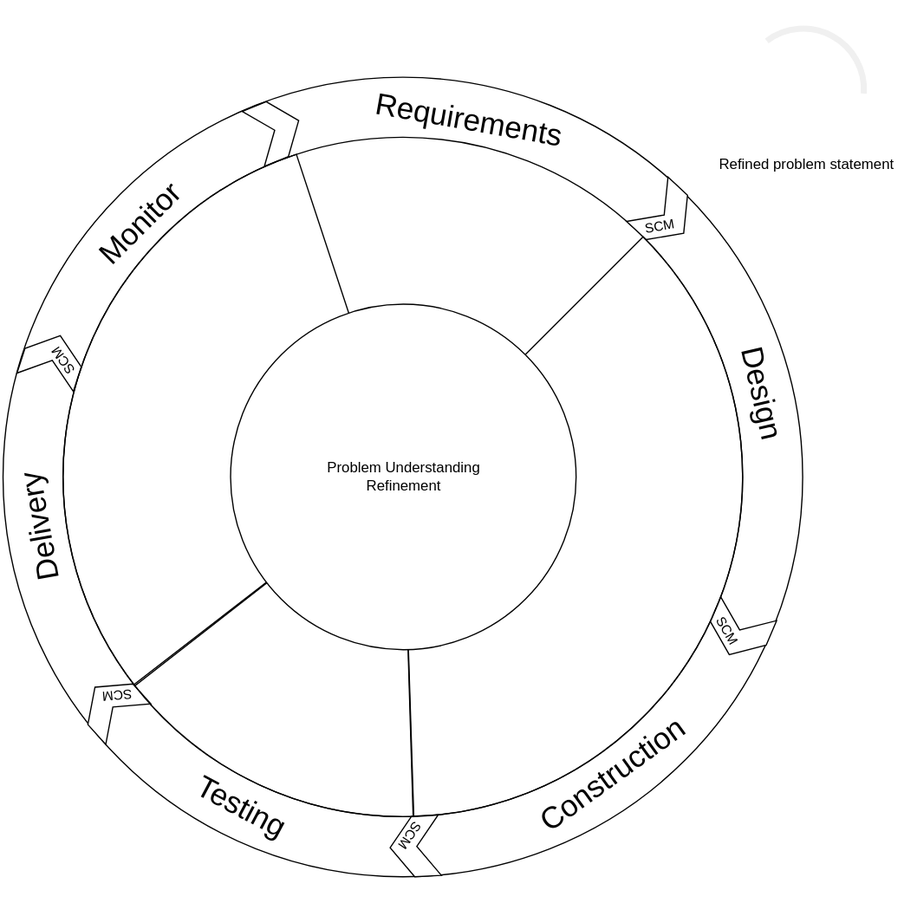
The draw.io diagram post-media/SWEBOK/problem-refinement-cycle.drawio.svg in farlee2121/DevEssentialsBlog, before a commit. Source tidied: cells renumbered, new cells last; positions are measured from the earlier drawing's top-left corner, leaving out a move shared by most shapes.
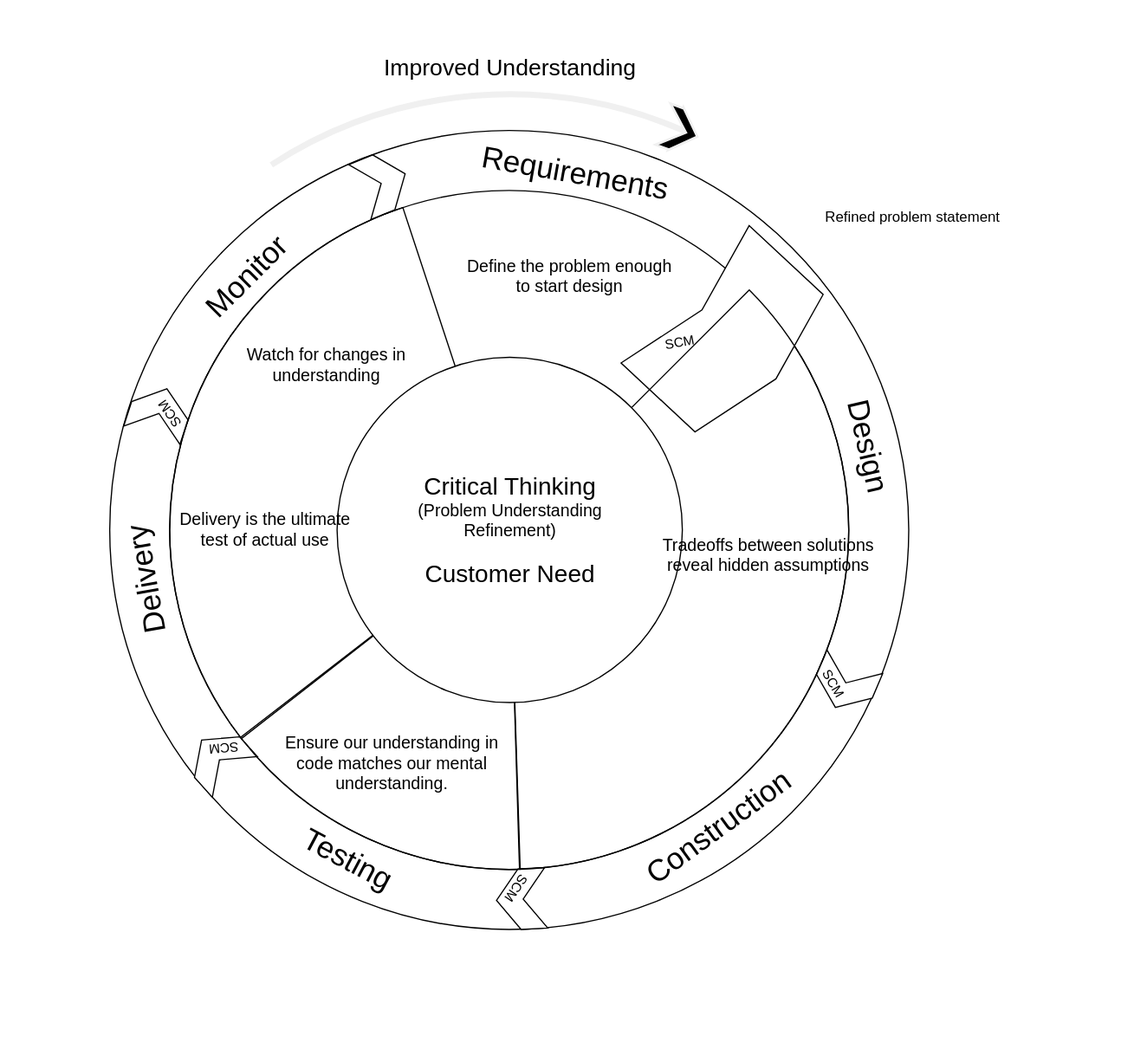
Later version of the same file.

Commit message:
Refine lifecycle of problem understanding diagram

What changed in the source:
```diff
@@ -2,6 +2,18 @@
   <root>
     <mxCell id="0" />
     <mxCell id="1" parent="0" />
+    <mxCell id="36" style="group;rotation=10;" parent="1" vertex="1">
+      <mxGeometry x="-4.5" y="-0.8" width="827.5" height="730.8" as="geometry" />
+    </mxCell>
+    <mxCell id="31" style="verticalLabelPosition=bottom;verticalAlign=top;html=1;shape=mxgraph.basic.arc;startAngle=0.3804859278080055;endAngle=0.5378527634996988;strokeColor=#f0f0f0;strokeWidth=5;sketch=0;gradientColor=#FFFFFF;gradientDirection=west;rotation=-170;fillColor=none;" parent="36" vertex="1">
+      <mxGeometry y="11" width="720" height="720" as="geometry" />
+    </mxCell>
+    <mxCell id="37" style="html=1;shadow=0;dashed=0;align=center;verticalAlign=middle;shape=mxgraph.arrows2.arrow;dy=0.04;dx=19;notch=20;sketch=0;strokeColor=#f0f0f0;strokeWidth=2;rotation=20;fillColor=#000000;" parent="36" vertex="1">
+      <mxGeometry x="486" y="22" width="30" height="37.5" as="geometry" />
+    </mxCell>
+    <mxCell id="38" value="Text" style="text;html=1;align=center;verticalAlign=middle;strokeColor=none;" parent="36" vertex="1">
+      <mxGeometry x="542.5" y="310.8" width="40" height="20" as="geometry" />
+    </mxCell>
     <mxCell id="2" style="ellipse;whiteSpace=wrap;html=1;" parent="1" vertex="1">
       <mxGeometry x="26" y="40" width="659" height="659" as="geometry" />
     </mxCell>
@@ -30,13 +42,13 @@
       <mxGeometry x="357.9" y="365.9" width="20" height="30" as="geometry" />
     </mxCell>
     <mxCell id="11" style="group;" parent="1" vertex="1">
-      <mxGeometry x="539.9" y="122.3" width="64.1" height="64.5" as="geometry" />
+      <mxGeometry x="458" y="110" width="160" height="200" as="geometry" />
     </mxCell>
     <mxCell id="12" style="html=1;shadow=0;dashed=0;align=center;verticalAlign=middle;shape=mxgraph.arrows2.arrow;dy=0;dx=19;notch=19;fontSize=10;rotation=43;strokeColor=#000000;" parent="11" vertex="1">
-      <mxGeometry x="11.5" y="7.3" width="41" height="50" as="geometry" />
+      <mxGeometry x="28.8" y="22.5" width="102.4" height="155" as="geometry" />
     </mxCell>
     <mxCell id="13" value="&lt;font style=&quot;font-size: 11px&quot;&gt;SCM&lt;/font&gt;" style="text;html=1;align=center;verticalAlign=middle;strokeColor=none;fontSize=10;rotation=-10;" parent="11" vertex="1">
-      <mxGeometry x="7.1" y="30.7" width="40" height="20" as="geometry" />
+      <mxGeometry x="17.7" y="95.1" width="40" height="20" as="geometry" />
     </mxCell>
     <mxCell id="14" style="group;rotation=70;" parent="1" vertex="1">
       <mxGeometry x="600" y="465" width="64.1" height="64.5" as="geometry" />
@@ -89,20 +101,35 @@
     <mxCell id="30" style="verticalLabelPosition=bottom;verticalAlign=top;html=1;shape=mxgraph.basic.pie;startAngle=0.49517859836408784;endAngle=0.6446487157637816;fillColor=none;" parent="1" vertex="1">
       <mxGeometry x="75.5" y="89.5" width="560" height="560" as="geometry" />
     </mxCell>
-    <mxCell id="31" style="verticalLabelPosition=bottom;verticalAlign=top;html=1;shape=mxgraph.basic.arc;startAngle=0.3;endAngle=0.6639895651886847;strokeColor=#f0f0f0;strokeWidth=5;sketch=0;fillColor=#CC0000;gradientColor=#FFFFFF;gradientDirection=west;rotation=-145;" parent="1" vertex="1">
-      <mxGeometry x="635.5" width="100" height="100" as="geometry" />
-    </mxCell>
     <mxCell id="32" style="group;" parent="1" vertex="1">
       <mxGeometry x="202.4" y="227.1" width="306.3" height="284.8" as="geometry" />
     </mxCell>
     <mxCell id="33" value="&lt;font style=&quot;font-size: 29px&quot;&gt;&lt;br&gt;&lt;/font&gt;" style="text;html=1;align=center;verticalAlign=middle;strokeColor=none;" parent="32" vertex="1">
       <mxGeometry x="137.1" y="109" width="20" height="30" as="geometry" />
     </mxCell>
-    <mxCell id="34" value="Problem Understanding&lt;br&gt;Refinement" style="ellipse;whiteSpace=wrap;html=1;" parent="32" vertex="1">
+    <mxCell id="34" value="&lt;font style=&quot;font-size: 20px&quot;&gt;Critical Thinking&amp;nbsp;&lt;/font&gt;&lt;br&gt;&lt;font style=&quot;font-size: 14px&quot;&gt;(Problem Understanding&lt;br&gt;Refinement)&lt;br&gt;&lt;/font&gt;&lt;br&gt;&lt;font style=&quot;font-size: 20px&quot;&gt;Customer Need&lt;/font&gt;" style="ellipse;whiteSpace=wrap;html=1;" parent="32" vertex="1">
       <mxGeometry x="11.2" width="284.8" height="284.8" as="geometry" />
     </mxCell>
     <mxCell id="35" value="Refined problem statement" style="text;html=1;align=center;verticalAlign=middle;strokeColor=none;" parent="1" vertex="1">
       <mxGeometry x="608" y="102.3" width="160" height="20" as="geometry" />
     </mxCell>
+    <mxCell id="39" value="&lt;font style=&quot;font-size: 19px&quot;&gt;Improved Understanding&lt;/font&gt;" style="text;html=1;align=center;verticalAlign=middle;strokeColor=none;" parent="1" vertex="1">
+      <mxGeometry x="245.5" y="-20.8" width="220" height="20" as="geometry" />
+    </mxCell>
+    <mxCell id="40" value="&lt;font style=&quot;font-size: 14px&quot;&gt;Define the problem enough&lt;br&gt;&amp;nbsp;to start design&lt;/font&gt;" style="text;html=1;align=center;verticalAlign=middle;strokeColor=none;" parent="1" vertex="1">
+      <mxGeometry x="315.5" y="140" width="180" height="40" as="geometry" />
+    </mxCell>
+    <mxCell id="41" value="&lt;span style=&quot;font-size: 14px&quot;&gt;Tradeoffs between solutions&lt;br&gt;&amp;nbsp;reveal hidden assumptions&lt;/span&gt;" style="text;html=1;align=center;verticalAlign=middle;strokeColor=none;" parent="1" vertex="1">
+      <mxGeometry x="474.1" y="370" width="190" height="40" as="geometry" />
+    </mxCell>
+    <mxCell id="42" value="&lt;div style=&quot;text-align: center&quot;&gt;&lt;span style=&quot;font-size: 14px&quot;&gt;&lt;font face=&quot;helvetica&quot;&gt;Ensure our understanding in code matches our mental understanding.&lt;br&gt;&lt;br&gt;&lt;/font&gt;&lt;/span&gt;&lt;/div&gt;" style="text;whiteSpace=wrap;html=1;" parent="1" vertex="1">
+      <mxGeometry x="157.9" y="529.5" width="200" height="70" as="geometry" />
+    </mxCell>
+    <mxCell id="43" value="&lt;div style=&quot;text-align: center&quot;&gt;&lt;span style=&quot;font-size: 14px&quot;&gt;&lt;font face=&quot;helvetica&quot;&gt;Delivery is the ultimate&lt;/font&gt;&lt;/span&gt;&lt;/div&gt;&lt;div style=&quot;text-align: center&quot;&gt;&lt;span style=&quot;font-size: 14px&quot;&gt;&lt;font face=&quot;helvetica&quot;&gt;&amp;nbsp;test of actual use&lt;/font&gt;&lt;/span&gt;&lt;/div&gt;" style="text;whiteSpace=wrap;html=1;" parent="1" vertex="1">
+      <mxGeometry x="82" y="345.9" width="156" height="70" as="geometry" />
+    </mxCell>
+    <mxCell id="44" value="&lt;div style=&quot;text-align: center&quot;&gt;&lt;font face=&quot;helvetica&quot;&gt;&lt;span style=&quot;font-size: 14px&quot;&gt;Watch for changes in understanding&lt;/span&gt;&lt;/font&gt;&lt;/div&gt;" style="text;whiteSpace=wrap;html=1;" parent="1" vertex="1">
+      <mxGeometry x="126" y="210" width="156" height="70" as="geometry" />
+    </mxCell>
   </root>
 </mxGraphModel>
```
